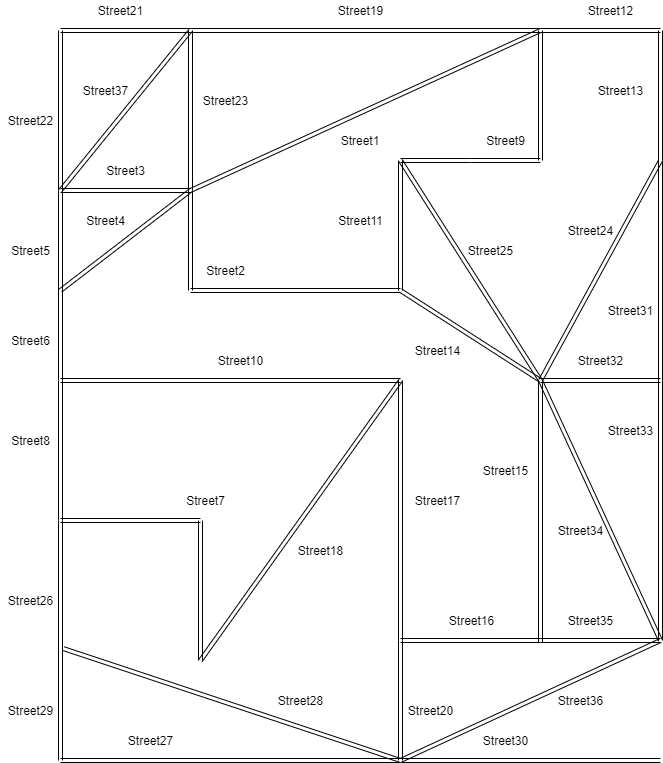
Earlier version of the draw.io export projekt/lib/new_map.png (kateriska/IJA). Source tidied: cells renumbered, new cells last; positions are measured from the earlier drawing's top-left corner, leaving out a move shared by most shapes.
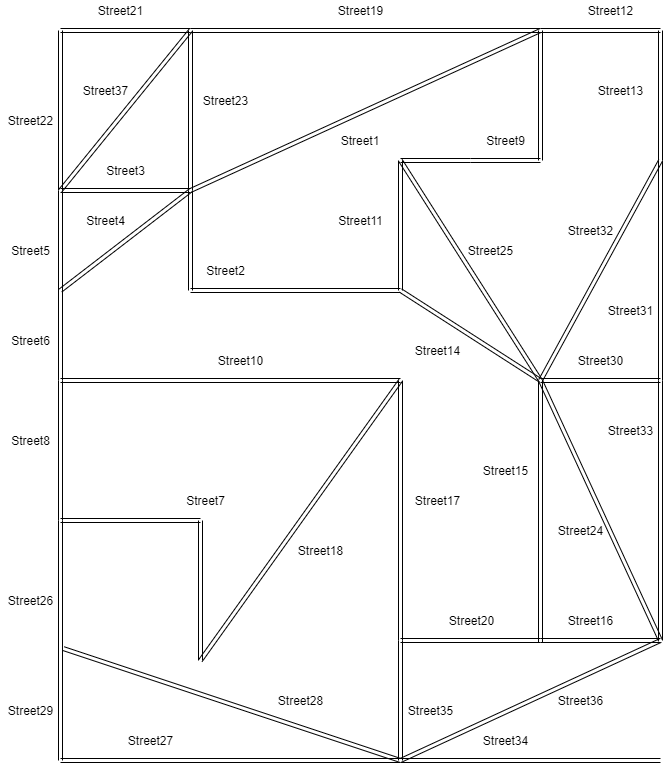
After the change.

The edit, as a diff of the source:
```diff
@@ -158,7 +158,7 @@
         <mxPoint x="540" y="640" as="targetPoint" />
       </mxGeometry>
     </mxCell>
-    <mxCell id="35" value="Street16" style="text;html=1;align=center;verticalAlign=middle;" parent="1" vertex="1">
+    <mxCell id="35" value="Street20" style="text;html=1;align=center;verticalAlign=middle;" parent="1" vertex="1">
       <mxGeometry x="441" y="610" width="60" height="20" as="geometry" />
     </mxCell>
     <mxCell id="36" style="shape=link;html=1;fillColor=#6d8764;strokeColor=#000000;" parent="1" edge="1">
@@ -194,7 +194,7 @@
         <mxPoint x="400" y="640" as="targetPoint" />
       </mxGeometry>
     </mxCell>
-    <mxCell id="43" value="Street20" style="text;html=1;align=center;verticalAlign=middle;" parent="1" vertex="1">
+    <mxCell id="43" value="Street35" style="text;html=1;align=center;verticalAlign=middle;" parent="1" vertex="1">
       <mxGeometry x="400" y="700" width="60" height="20" as="geometry" />
     </mxCell>
     <mxCell id="44" style="shape=link;html=1;" parent="1" edge="1">
@@ -230,7 +230,7 @@
         <mxPoint x="660" y="160" as="targetPoint" />
       </mxGeometry>
     </mxCell>
-    <mxCell id="51" value="Street24" style="text;html=1;align=center;verticalAlign=middle;" parent="1" vertex="1">
+    <mxCell id="51" value="Street32" style="text;html=1;align=center;verticalAlign=middle;" parent="1" vertex="1">
       <mxGeometry x="560" y="220" width="60" height="20" as="geometry" />
     </mxCell>
     <mxCell id="52" style="shape=link;html=1;" parent="1" edge="1">
@@ -287,7 +287,7 @@
     <mxCell id="63" value="Street27" style="text;html=1;align=center;verticalAlign=middle;" parent="1" vertex="1">
       <mxGeometry x="120" y="730" width="60" height="20" as="geometry" />
     </mxCell>
-    <mxCell id="64" value="Street30" style="text;html=1;align=center;verticalAlign=middle;" parent="1" vertex="1">
+    <mxCell id="64" value="Street34" style="text;html=1;align=center;verticalAlign=middle;" parent="1" vertex="1">
       <mxGeometry x="475" y="730" width="60" height="20" as="geometry" />
     </mxCell>
     <mxCell id="65" style="shape=link;html=1;strokeColor=#000000;fillColor=#000000;" parent="1" edge="1">
@@ -329,16 +329,16 @@
     <mxCell id="71" value="Street31" style="text;html=1;align=center;verticalAlign=middle;" parent="1" vertex="1">
       <mxGeometry x="600" y="300" width="60" height="20" as="geometry" />
     </mxCell>
-    <mxCell id="72" value="Street32" style="text;html=1;align=center;verticalAlign=middle;" parent="1" vertex="1">
+    <mxCell id="72" value="Street30" style="text;html=1;align=center;verticalAlign=middle;" parent="1" vertex="1">
       <mxGeometry x="570" y="350" width="60" height="20" as="geometry" />
     </mxCell>
     <mxCell id="73" value="Street33" style="text;html=1;align=center;verticalAlign=middle;" parent="1" vertex="1">
       <mxGeometry x="600" y="420" width="60" height="20" as="geometry" />
     </mxCell>
-    <mxCell id="74" value="Street34" style="text;html=1;align=center;verticalAlign=middle;" parent="1" vertex="1">
+    <mxCell id="74" value="Street24" style="text;html=1;align=center;verticalAlign=middle;" parent="1" vertex="1">
       <mxGeometry x="550" y="520" width="60" height="20" as="geometry" />
     </mxCell>
-    <mxCell id="75" value="Street35" style="text;html=1;align=center;verticalAlign=middle;" parent="1" vertex="1">
+    <mxCell id="75" value="Street16" style="text;html=1;align=center;verticalAlign=middle;" parent="1" vertex="1">
       <mxGeometry x="560" y="610" width="60" height="20" as="geometry" />
     </mxCell>
     <mxCell id="76" value="Street36" style="text;html=1;align=center;verticalAlign=middle;" parent="1" vertex="1">
```
